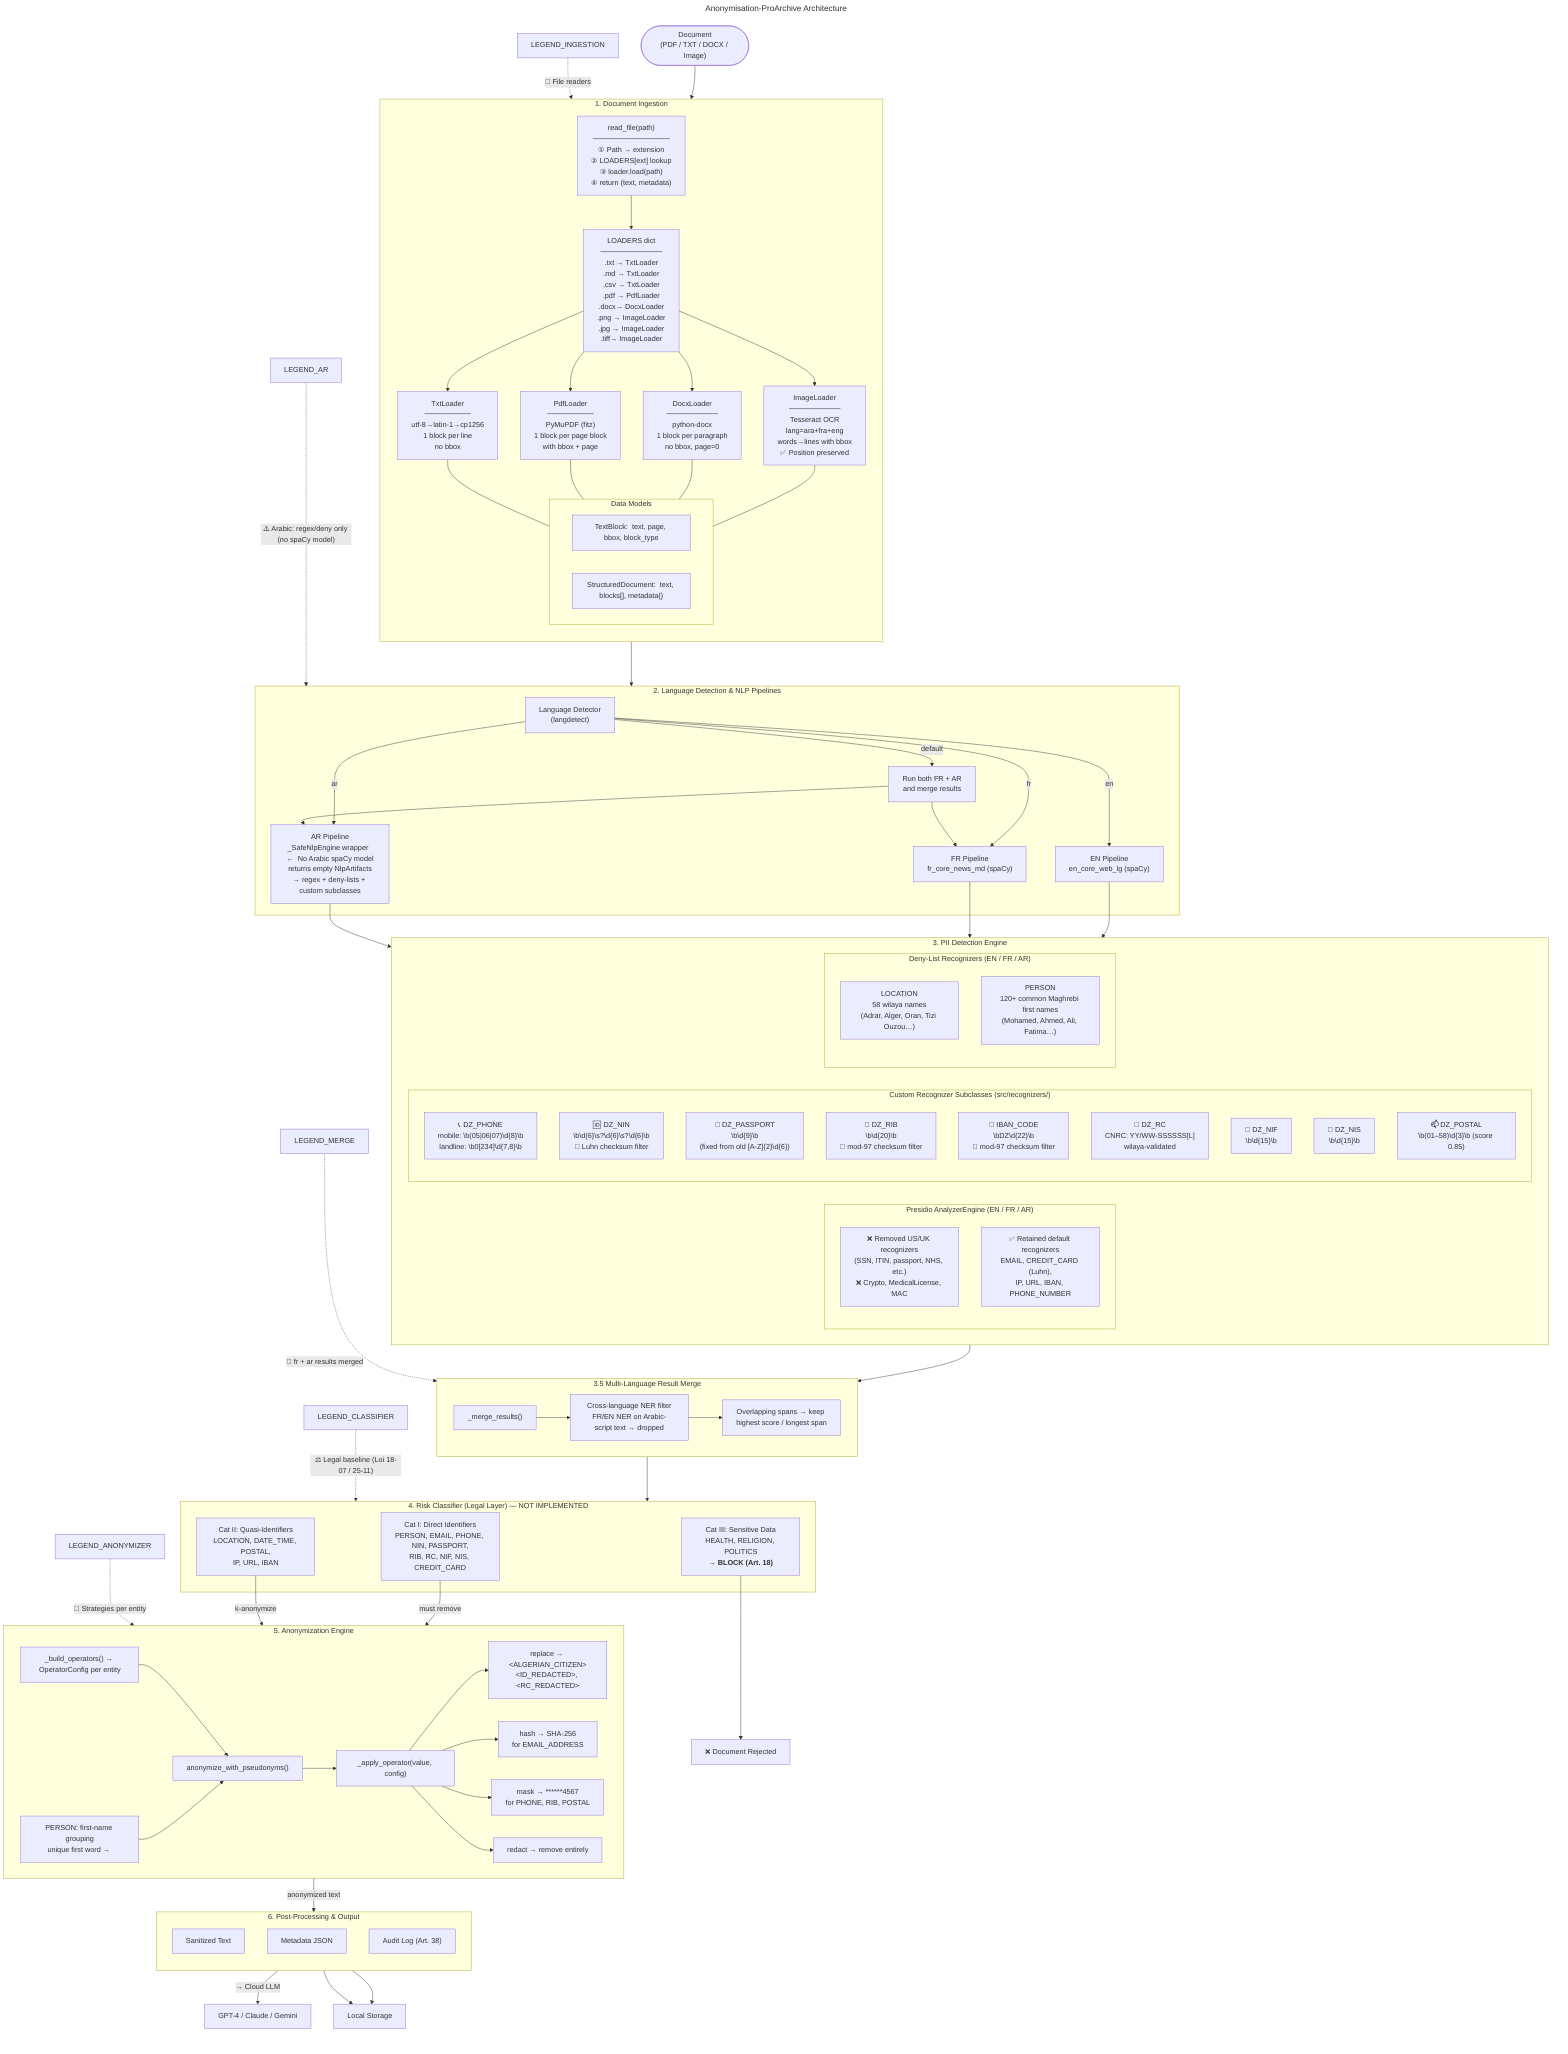
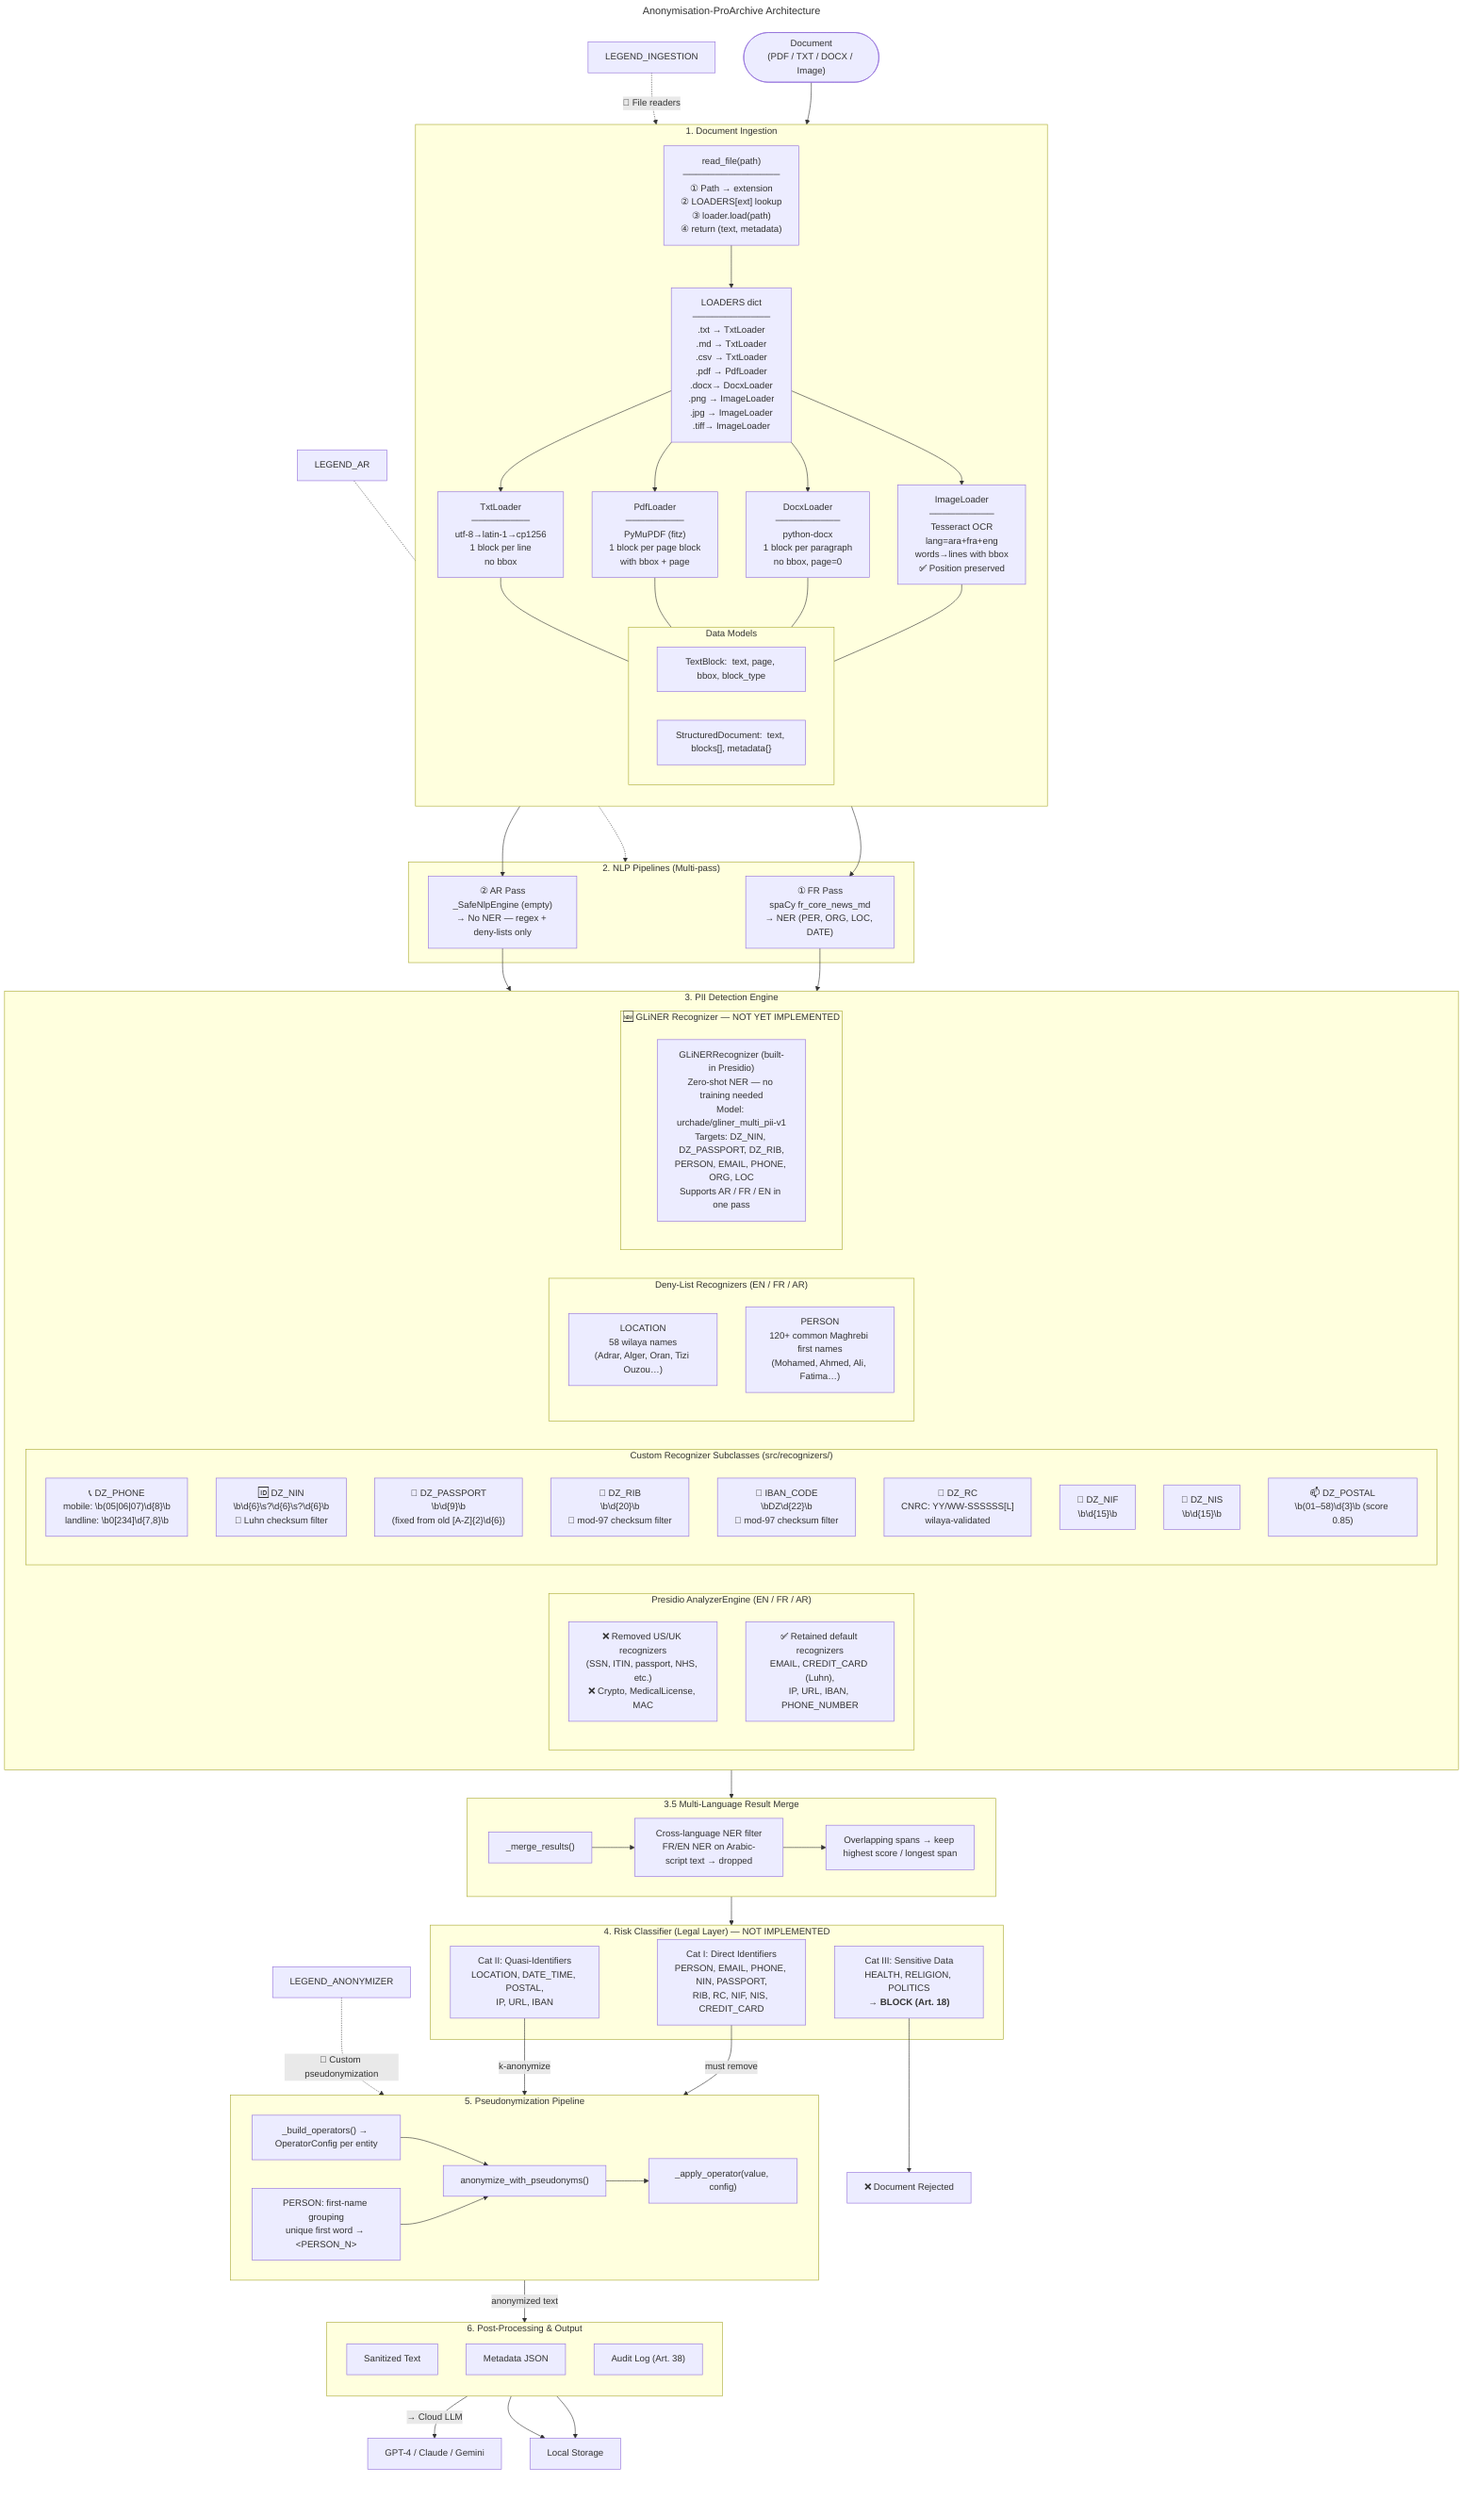
---
title: Anonymisation-ProArchive Architecture
---

flowchart TB
    %% ── Input ──
    INPUT(["Document<br/>(PDF / TXT / DOCX / Image)"])
    INPUT --> INGESTION

    %% ── 1. Ingestion Layer ──
    subgraph INGESTION ["1. Document Ingestion"]
        direction TB
        READ["read_file(path)
        ───────────────
        ① Path → extension
        ② LOADERS[ext] lookup
        ③ loader.load(path)
        ④ return (text, metadata)"]

        subgraph MODELS ["Data Models"]
            TB_MODEL["TextBlock:  text, page, bbox, block_type"]
            SD_MODEL["StructuredDocument:  text, blocks[], metadata{}"]
        end

        REG["LOADERS dict
        ────────────
        .txt → TxtLoader
        .md  → TxtLoader
        .csv → TxtLoader
        .pdf → PdfLoader
        .docx→ DocxLoader
        .png → ImageLoader
        .jpg → ImageLoader
        .tiff→ ImageLoader"]

        TXT["TxtLoader
        ─────────
        utf-8→latin-1→cp1256
        1 block per line
        no bbox"]

        PDF["PdfLoader
        ─────────
        PyMuPDF (fitz)
        1 block per page block
        with bbox + page"]

        DOCX["DocxLoader
        ──────────
        python-docx
        1 block per paragraph
        no bbox, page=0"]

        IMG["ImageLoader
        ──────────
        Tesseract OCR
        lang=ara+fra+eng
        words→lines with bbox
        ✅ Position preserved"]

        READ --> REG
        REG --> TXT
        REG --> PDF
        REG --> DOCX
        REG --> IMG
        TXT --- MODELS
        PDF --- MODELS
        DOCX --- MODELS
        IMG --- MODELS
    end

-     INGESTION --> LANG_ROUTER
- 
-     %% ── 2. Language Detection & NLP Pipelines ──
-     subgraph LANG_ROUTER ["2. Language Detection & NLP Pipelines"]
-         LANG_DETECT["Language Detector<br/>(langdetect)"]
-         LANG_DETECT -->|en| EN_PIPELINE
-         LANG_DETECT -->|fr| FR_PIPELINE
-         LANG_DETECT -->|ar| AR_PIPELINE
-         LANG_DETECT -->|default| MULTI["Run both FR + AR<br/>and merge results"]
- 
-         EN_PIPELINE["EN Pipeline<br/>en_core_web_lg (spaCy)"]
-         FR_PIPELINE["FR Pipeline<br/>fr_core_news_md (spaCy)"]
-         AR_PIPELINE["AR Pipeline<br/>_SafeNlpEngine wrapper  ←  No Arabic spaCy model<br/>returns empty NlpArtifacts<br/>→ regex + deny-lists + custom subclasses"]
-         MULTI --> FR_PIPELINE
-         MULTI --> AR_PIPELINE
+     %% ── 2. NLP Pipelines (Multi-pass: FR then AR) ──
+     subgraph NLP ["2. NLP Pipelines (Multi-pass)"]
+         FR_PIPELINE["① FR Pass<br/>spaCy fr_core_news_md<br/>→ NER (PER, ORG, LOC, DATE)"]
+         AR_PIPELINE["② AR Pass<br/>_SafeNlpEngine (empty)<br/>→ No NER — regex + deny-lists only"]
    end

-     EN_PIPELINE --> ANALYZER
+     INGESTION --> FR_PIPELINE
+     INGESTION --> AR_PIPELINE
+ 
    FR_PIPELINE --> ANALYZER
    AR_PIPELINE --> ANALYZER

    %% ── 3. Analyzer (Detection) ──
    subgraph ANALYZER ["3. PII Detection Engine"]

        subgraph PRESIDIO_CORE ["Presidio AnalyzerEngine (EN / FR / AR)"]
            REMOVED["❌ Removed US/UK recognizers<br/>(SSN, ITIN, passport, NHS, etc.)<br/>❌ Crypto, MedicalLicense, MAC"]
            KEPT["✅ Retained default recognizers<br/>EMAIL, CREDIT_CARD (Luhn),<br/>IP, URL, IBAN, PHONE_NUMBER"]
        end

        subgraph ALGERIAN ["Custom Recognizer Subclasses (src/recognizers/)"]
            DZ_PHONE["📞 DZ_PHONE<br/>mobile: \b(05|06|07)\d{8}\b<br/>landline: \b0[234]\d{7,8}\b"]
            DZ_NIN["🆔 DZ_NIN<br/>\b\d{6}\s?\d{6}\s?\d{6}\b<br/>🔢 Luhn checksum filter"]
            DZ_PASSPORT["📘 DZ_PASSPORT<br/>\b\d{9}\b<br/>(fixed from old [A-Z]{2}\d{6})"]
            DZ_RIB["🏦 DZ_RIB<br/>\b\d{20}\b<br/>🔢 mod-97 checksum filter"]
            DZ_IBAN["🏦 IBAN_CODE<br/>\bDZ\d{22}\b<br/>🔢 mod-97 checksum filter"]
            DZ_RC["🏢 DZ_RC<br/>CNRC: YY/WW-SSSSSS[L]<br/>wilaya-validated"]
            DZ_NIF["🧾 DZ_NIF<br/>\b\d{15}\b"]
            DZ_NIS["🧾 DZ_NIS<br/>\b\d{15}\b"]
            DZ_POSTAL["📫 DZ_POSTAL<br/>\b(01–58)\d{3}\b (score 0.85)"]
        end

        subgraph DENY_LISTS ["Deny-List Recognizers (EN / FR / AR)"]
            LOC_DENY["LOCATION<br/>58 wilaya names<br/>(Adrar, Alger, Oran, Tizi Ouzou…)"]
            PER_DENY["PERSON<br/>120+ common Maghrebi first names<br/>(Mohamed, Ahmed, Ali, Fatima…)"]
+         end
+ 
+         subgraph GLINER ["🆕 GLiNER Recognizer — NOT YET IMPLEMENTED"]
+             GLINER_ENGINE["GLiNERRecognizer (built-in Presidio)<br/>Zero-shot NER — no training needed<br/>Model: urchade/gliner_multi_pii-v1<br/>Targets: DZ_NIN, DZ_PASSPORT, DZ_RIB,<br/>PERSON, EMAIL, PHONE, ORG, LOC<br/>Supports AR / FR / EN in one pass"]
        end
    end

    ANALYZER --> MERGE

    %% ── 3.5 Result Merge (multi-language) ──
    subgraph MERGE ["3.5 Multi-Language Result Merge"]
        MERGE_FN["_merge_results()"]
        FILTER["Cross-language NER filter<br/>FR/EN NER on Arabic-script text → dropped"]
        OVERLAP["Overlapping spans → keep highest score / longest span"]
        MERGE_FN --> FILTER
        FILTER --> OVERLAP
    end

    MERGE --> RISK_CLASSIFIER

    %% ── 4. Risk Classifier ──
    subgraph RISK_CLASSIFIER ["4. Risk Classifier (Legal Layer) — NOT IMPLEMENTED"]
        CAT_I["Cat I: Direct Identifiers<br/>PERSON, EMAIL, PHONE, NIN, PASSPORT,<br/>RIB, RC, NIF, NIS, CREDIT_CARD"]
        CAT_II["Cat II: Quasi-Identifiers<br/>LOCATION, DATE_TIME, POSTAL,<br/>IP, URL, IBAN"]
        CAT_III["Cat III: Sensitive Data<br/>HEALTH, RELIGION, POLITICS<br/><b>→ BLOCK (Art. 18)</b>"]
    end

    CAT_I -->|must remove| ANONYMIZER
    CAT_II -->|k-anonymize| ANONYMIZER
    CAT_III --> BLOCK["❌ Document Rejected"]

    ANONYMIZER -->|anonymized text| OUTPUT

-     %% ── 5. Anonymizer ──
-     subgraph ANONYMIZER ["5. Anonymization Engine"]
+     %% ── 5. Anonymizer (Custom Pseudonymization) ──
+     subgraph ANONYMIZER ["5. Pseudonymization Pipeline"]
        OPS["_build_operators() → OperatorConfig per entity"]
        PSEUDO["anonymize_with_pseudonyms()"]
+         GROUP["PERSON: first-name grouping<br/>unique first word → &lt;PERSON_N&gt;"]
        APPLY["_apply_operator(value, config)"]
-         PERS_GROUP["PERSON: first-name grouping<br/>unique first word → <PERSON_N>"]

        OPS --> PSEUDO
+         GROUP --> PSEUDO
        PSEUDO --> APPLY
-         PERS_GROUP --> PSEUDO
- 
-         REPLACE["replace → &lt;ALGERIAN_CITIZEN&gt;<br/>&lt;ID_REDACTED&gt;, &lt;RC_REDACTED&gt;"]
-         HASH["hash → SHA-256<br/>for EMAIL_ADDRESS"]
-         MASK["mask → ******4567<br/>for PHONE, RIB, POSTAL"]
-         REDACT["redact → remove entirely"]
- 
-         APPLY --> REPLACE
-         APPLY --> HASH
-         APPLY --> MASK
-         APPLY --> REDACT
    end

    %% ── 6. Post-Processing & Output ──
    subgraph OUTPUT ["6. Post-Processing & Output"]
        direction TB
        TEXT_OUT["Sanitized Text"]
        META_OUT["Metadata JSON"]
        AUDIT["Audit Log (Art. 38)"]
    end

    TEXT_OUT -->|"→ Cloud LLM"| LLM["GPT-4 / Claude / Gemini"]
    META_OUT --> LOCAL["Local Storage"]
    AUDIT --> LOCAL

    %% ── Legend ──
    LEGEND_INGESTION -.->|"📄 File readers"| INGESTION
-     LEGEND_CLASSIFIER -.->|"⚖️ Legal baseline (Loi 18-07 / 25-11)"| RISK_CLASSIFIER
-     LEGEND_ANONYMIZER -.->|"🔐 Strategies per entity"| ANONYMIZER
-     LEGEND_AR -.->|"⚠️ Arabic: regex/deny only (no spaCy model)"| LANG_ROUTER
-     LEGEND_MERGE -.->|"🔄 fr + ar results merged"| MERGE
+     LEGEND_ANONYMIZER -.->|"🔐 Custom pseudonymization"| ANONYMIZER
+     LEGEND_AR -.->|"⚠️ Arabic: no NER model — regex only"| NLP
